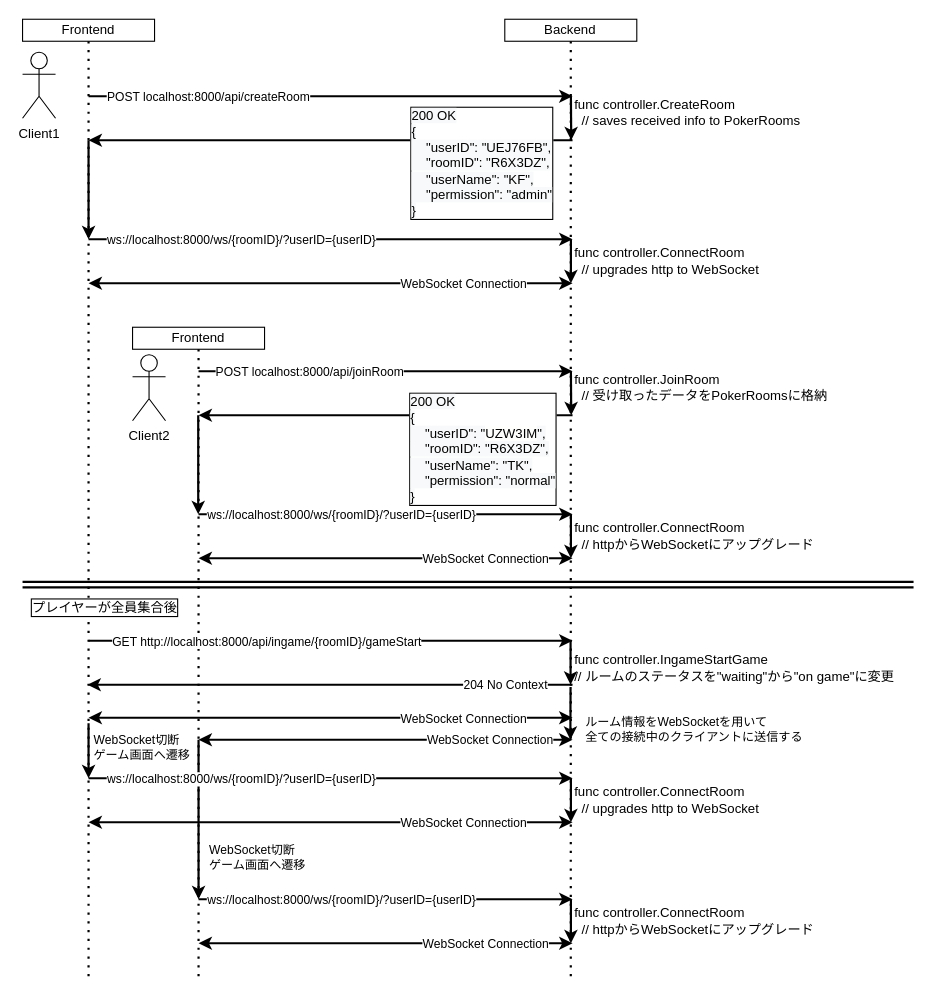
Before: backend/doc/flow_to_gamestart.drawio in jphacks/B_2213, a draw.io diagram. Source tidied: cells renumbered, new cells numbered last; positions are measured from the earlier drawing's top-left corner, leaving out a move shared by most shapes. Both pictures are drawn from the tidied source at 110%, with x=0, y=0 at pixel (22, 19).
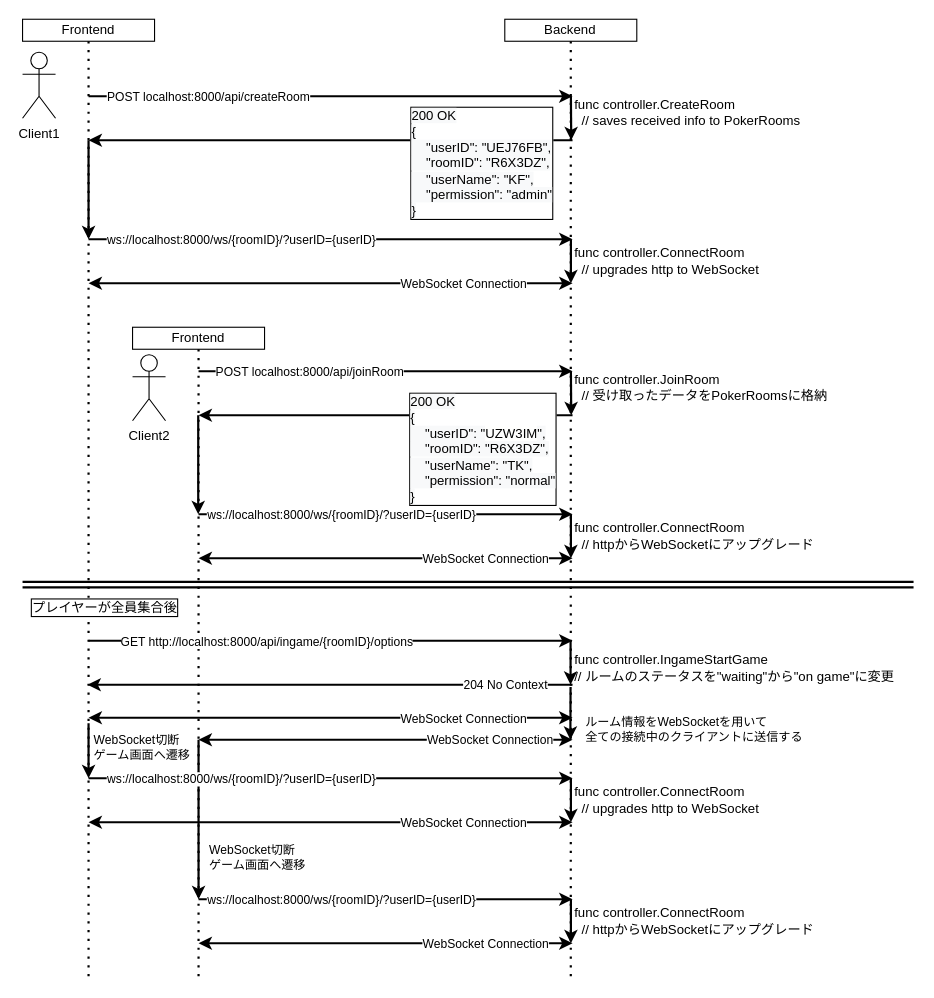
The same diagram, later.

The change refers to these unchanged cells:
```xml
<mxCell id="37" style="endArrow=classic;html=1;rounded=0;strokeWidth=2;" parent="1" edge="1">
  <mxGeometry relative="1" as="geometry">
    <mxPoint x="60" y="565" as="sourcePoint" />
    <mxPoint x="500" y="565" as="targetPoint" />
  </mxGeometry>
</mxCell>
```

Change to the diagram source:
```diff
@@
-    <mxCell id="38" value="GET http://localhost:8000/api/ingame/{roomID}/gameStart" style="edgeLabel;html=1;align=center;verticalAlign=middle;" parent="37" vertex="1">
+    <mxCell id="38" value="GET http://localhost:8000/api/ingame/{roomID}/options" style="edgeLabel;html=1;align=center;verticalAlign=middle;" parent="37" vertex="1">
       <mxGeometry x="-0.87" y="-2" relative="1" as="geometry">
         <mxPoint x="132" y="-2" as="offset" />
       </mxGeometry>
     </mxCell>
```
